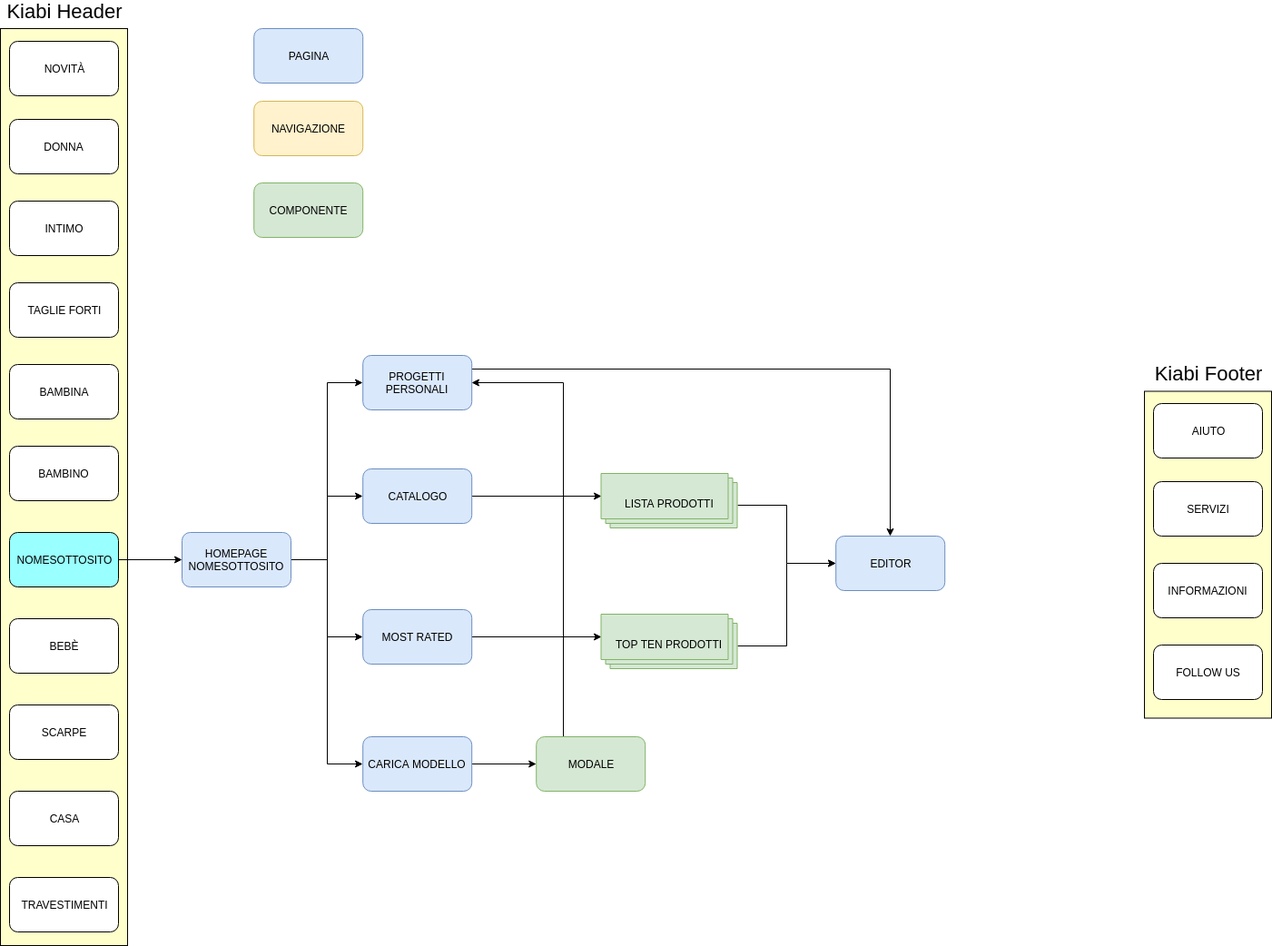
Earlier version of the draw.io export src/img/Utente_loggato.png (Elidor00/UUX). Source tidied: cells renumbered, new cells last; positions are measured from the earlier drawing's top-left corner, leaving out a move shared by most shapes.
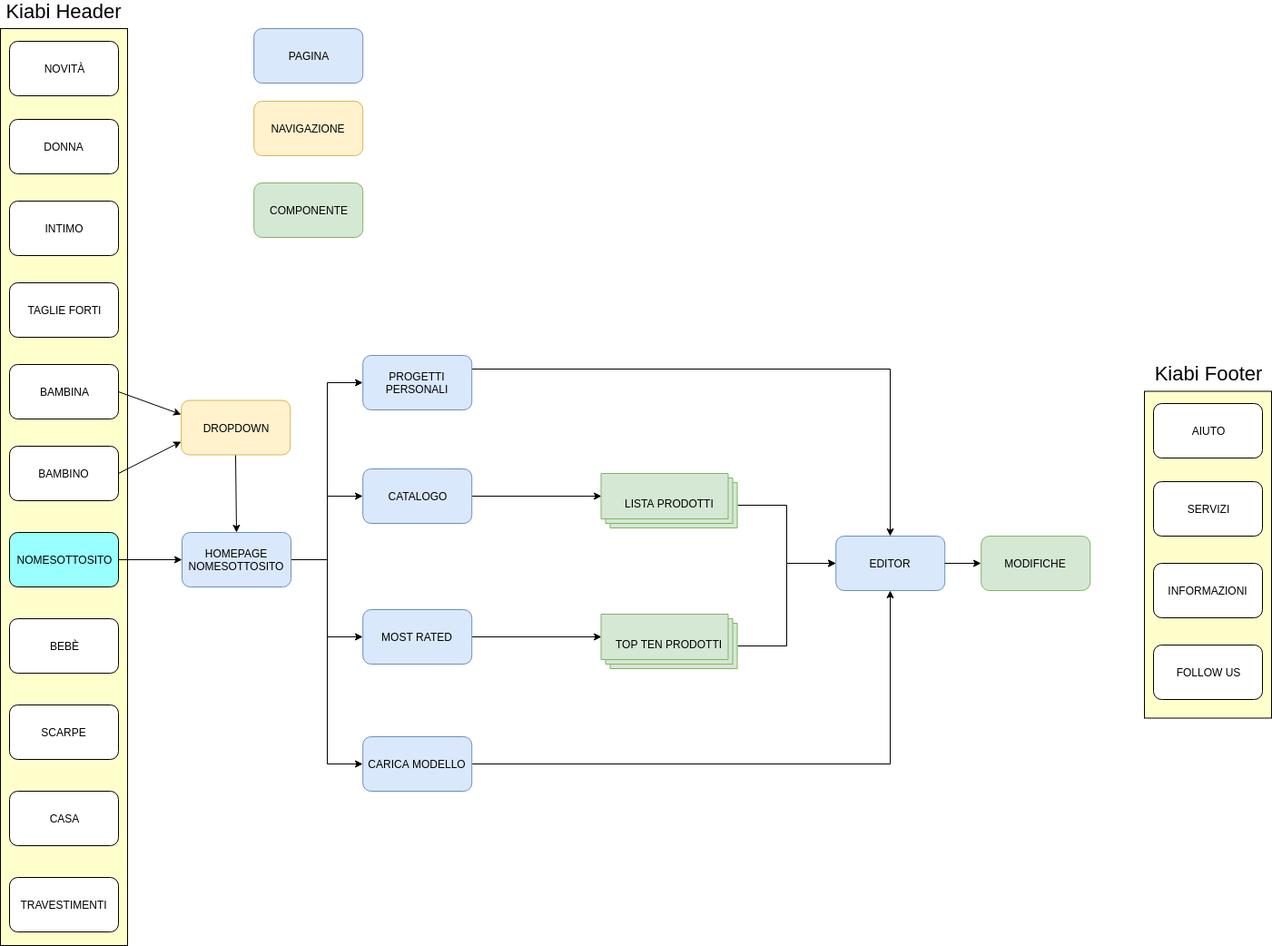
Above is the later version.

What changed in the source:
```diff
@@ -181,20 +181,38 @@
     <mxCell id="52" value="PROGETTI PERSONALI" style="rounded=1;whiteSpace=wrap;html=1;fillColor=#dae8fc;strokeColor=#6c8ebf;" parent="1" vertex="1">
       <mxGeometry x="399.2" y="389" width="120" height="60" as="geometry" />
     </mxCell>
-    <mxCell id="53" style="edgeStyle=orthogonalEdgeStyle;rounded=0;jettySize=auto;html=1;exitX=1;exitY=0.5;exitDx=0;exitDy=0;" parent="1" edge="1" source="54" target="56">
+    <mxCell id="53" style="edgeStyle=orthogonalEdgeStyle;rounded=0;jettySize=auto;html=1;exitX=1;exitY=0.5;exitDx=0;exitDy=0;entryX=0.5;entryY=1;entryDx=0;entryDy=0;" parent="1" edge="1" source="54" target="50">
       <mxGeometry relative="1" as="geometry" />
     </mxCell>
     <mxCell id="54" value="CARICA MODELLO&lt;br&gt;" style="rounded=1;whiteSpace=wrap;html=1;fillColor=#dae8fc;strokeColor=#6c8ebf;" parent="1" vertex="1">
       <mxGeometry x="399.2" y="809" width="120" height="60" as="geometry" />
     </mxCell>
-    <mxCell id="55" style="edgeStyle=orthogonalEdgeStyle;rounded=0;jettySize=auto;html=1;exitX=0.25;exitY=0;exitDx=0;exitDy=0;entryX=1;entryY=0.5;entryDx=0;entryDy=0;" parent="1" edge="1" source="56" target="52">
-      <mxGeometry relative="1" as="geometry" />
-    </mxCell>
-    <mxCell id="56" value="MODALE" style="rounded=1;whiteSpace=wrap;html=1;fillColor=#d5e8d4;strokeColor=#82b366;" parent="1" vertex="1">
-      <mxGeometry x="590.2" y="809" width="120" height="60" as="geometry" />
-    </mxCell>
     <mxCell id="57" value="&lt;span style=&quot;font-size: 12px&quot;&gt;LISTA PRODOTTI&lt;/span&gt;" style="verticalLabelPosition=middle;verticalAlign=middle;html=1;shape=mxgraph.basic.layered_rect;dx=10;outlineConnect=0;strokeColor=#82B366;fillColor=#D5E8D4;fontSize=22;labelPosition=center;align=center;" parent="1" vertex="1">
       <mxGeometry x="661.5" y="519" width="150" height="60" as="geometry" />
     </mxCell>
+    <mxCell id="58" value="DROPDOWN" style="rounded=1;whiteSpace=wrap;html=1;fillColor=#fff2cc;strokeColor=#d6b656;" parent="1" vertex="1">
+      <mxGeometry x="199.2" y="438.5" width="120" height="60" as="geometry" />
+    </mxCell>
+    <mxCell id="59" style="endArrow=classic;html=1;exitX=1;exitY=0.5;exitDx=0;exitDy=0;entryX=0;entryY=0.25;entryDx=0;entryDy=0;" parent="1" edge="1" target="58">
+      <mxGeometry relative="1" as="geometry">
+        <mxPoint x="130" y="429" as="sourcePoint" />
+      </mxGeometry>
+    </mxCell>
+    <mxCell id="60" style="endArrow=classic;html=1;entryX=0;entryY=0.75;entryDx=0;entryDy=0;" parent="1" edge="1" target="58">
+      <mxGeometry relative="1" as="geometry">
+        <mxPoint x="130" y="519" as="sourcePoint" />
+      </mxGeometry>
+    </mxCell>
+    <mxCell id="61" style="endArrow=classic;html=1;entryX=0.5;entryY=0;entryDx=0;entryDy=0;exitX=0.5;exitY=1;exitDx=0;exitDy=0;" parent="1" edge="1" source="58">
+      <mxGeometry relative="1" as="geometry">
+        <mxPoint x="260" y="584" as="targetPoint" />
+      </mxGeometry>
+    </mxCell>
+    <mxCell id="62" value="MODIFICHE" style="rounded=1;whiteSpace=wrap;html=1;fillColor=#d5e8d4;strokeColor=#82b366;" parent="1" vertex="1">
+      <mxGeometry x="1080.2" y="588" width="120" height="60" as="geometry" />
+    </mxCell>
+    <mxCell id="63" style="endArrow=classic;html=1;exitX=1;exitY=0.5;exitDx=0;exitDy=0;entryX=0;entryY=0.5;entryDx=0;entryDy=0;" parent="1" edge="1" source="50" target="62">
+      <mxGeometry relative="1" as="geometry" />
+    </mxCell>
   </root>
 </mxGraphModel>
```
